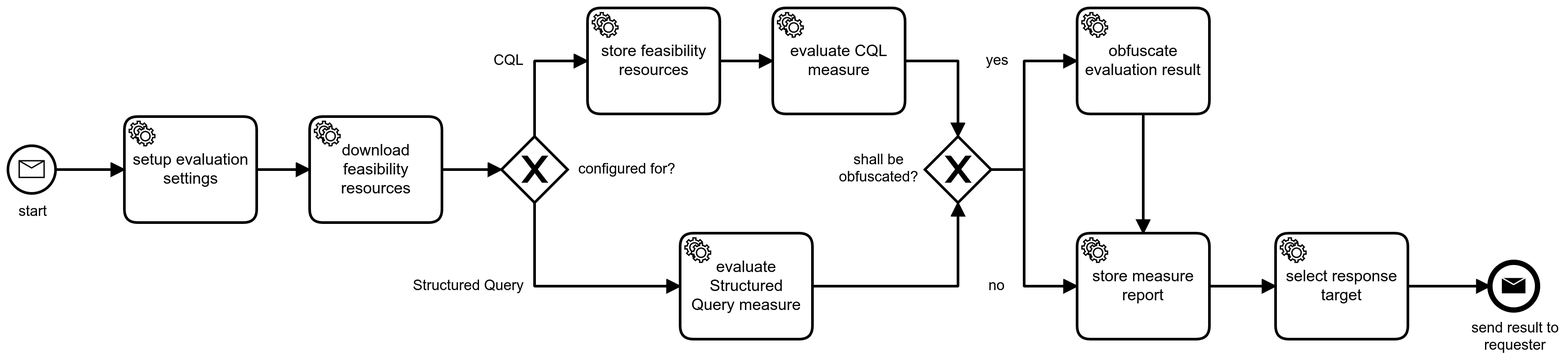
medizininformatik-initiative/mii-process-feasibility keeps this BPMN diagram as feasibility-dsf-process/docs/feasibilityExecute.png. Above is the earlier version. Its source is kept beside it as feasibility-dsf-process/src/main/resources/bpe/feasibilityExecute.bpmn. Ids are renumbered.
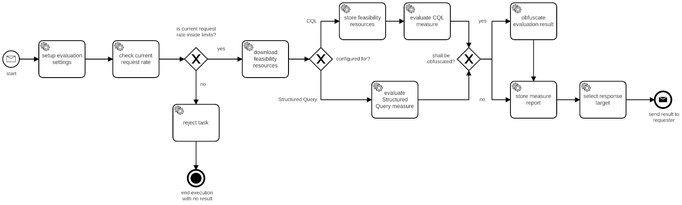
After the change.

Change to the diagram source:
```diff
@@ -1,12 +1,11 @@
-<bpmn:definitions xmlns:bpmn="http://www.omg.org/spec/BPMN/20100524/MODEL" xmlns:bpmndi="http://www.omg.org/spec/BPMN/20100524/DI" xmlns:di="http://www.omg.org/spec/DD/20100524/DI" xmlns:dc="http://www.omg.org/spec/DD/20100524/DC" xmlns:camunda="http://camunda.org/schema/1.0/bpmn" xmlns:xsi="http://www.w3.org/2001/XMLSchema-instance" id="Definitions_n1" targetNamespace="http://bpmn.io/schema/bpmn" exporter="Camunda Modeler" exporterVersion="5.0.0">
+<bpmn:definitions xmlns:bpmn="http://www.omg.org/spec/BPMN/20100524/MODEL" xmlns:bpmndi="http://www.omg.org/spec/BPMN/20100524/DI" xmlns:di="http://www.omg.org/spec/DD/20100524/DI" xmlns:dc="http://www.omg.org/spec/DD/20100524/DC" xmlns:camunda="http://camunda.org/schema/1.0/bpmn" xmlns:xsi="http://www.w3.org/2001/XMLSchema-instance" id="Definitions_n1" targetNamespace="http://bpmn.io/schema/bpmn" exporter="Camunda Modeler" exporterVersion="4.5.0">
   <bpmn:process id="medizininformatik-initiativede_feasibilityExecute" isExecutable="true" camunda:versionTag="0.5.0">
     <bpmn:startEvent id="StartEvent" name="start">
-      <bpmn:outgoing>SequenceFlow_n2</bpmn:outgoing>
+      <bpmn:outgoing>Flow_n24</bpmn:outgoing>
       <bpmn:messageEventDefinition id="MessageEventDefinition_n3" messageRef="Message_n4" />
     </bpmn:startEvent>
-    <bpmn:sequenceFlow id="SequenceFlow_n2" sourceRef="StartEvent" targetRef="Activity_n5" />
     <bpmn:serviceTask id="downloadFeasibilityResources" name="download feasibility resources" camunda:class="de.medizininformatik_initiative.feasibility_dsf_process.service.DownloadFeasibilityResources">
-      <bpmn:incoming>Flow_n6</bpmn:incoming>
+      <bpmn:incoming>Flow_n25</bpmn:incoming>
       <bpmn:outgoing>Flow_n7</bpmn:outgoing>
     </bpmn:serviceTask>
     <bpmn:endEvent id="EndEvent" name="send result to requester">
@@ -61,10 +60,9 @@
       <bpmn:outgoing>Flow_n17</bpmn:outgoing>
     </bpmn:serviceTask>
     <bpmn:serviceTask id="Activity_n5" name="setup evaluation settings" camunda:class="de.medizininformatik_initiative.feasibility_dsf_process.service.SetupEvaluationSettings">
-      <bpmn:incoming>SequenceFlow_n2</bpmn:incoming>
-      <bpmn:outgoing>Flow_n6</bpmn:outgoing>
+      <bpmn:incoming>Flow_n24</bpmn:incoming>
+      <bpmn:outgoing>Flow_n26</bpmn:outgoing>
     </bpmn:serviceTask>
-    <bpmn:sequenceFlow id="Flow_n6" sourceRef="Activity_n5" targetRef="downloadFeasibilityResources" />
     <bpmn:exclusiveGateway id="Gateway_n23" name="shall be obfuscated?">
       <bpmn:incoming>Flow_n13</bpmn:incoming>
       <bpmn:incoming>Flow_n20</bpmn:incoming>
@@ -80,129 +78,196 @@
       <bpmn:conditionExpression xsi:type="bpmn:tFormalExpression">${execution.getVariable('evaluation-obfuscation')==false}</bpmn:conditionExpression>
     </bpmn:sequenceFlow>
     <bpmn:sequenceFlow id="Flow_n17" sourceRef="Activity_n21" targetRef="storeMeasureReport" />
+    <bpmn:serviceTask id="limitRequestRate" name="check current request rate" camunda:class="de.medizininformatik_initiative.feasibility_dsf_process.service.EvaluateRequestRate">
+      <bpmn:incoming>Flow_n26</bpmn:incoming>
+      <bpmn:outgoing>Flow_n27</bpmn:outgoing>
+    </bpmn:serviceTask>
+    <bpmn:exclusiveGateway id="Gateway_n28" name="is current request rate inside limits?">
+      <bpmn:incoming>Flow_n27</bpmn:incoming>
+      <bpmn:outgoing>Flow_n25</bpmn:outgoing>
+      <bpmn:outgoing>Flow_n29</bpmn:outgoing>
+    </bpmn:exclusiveGateway>
+    <bpmn:sequenceFlow id="Flow_n25" name="yes" sourceRef="Gateway_n28" targetRef="downloadFeasibilityResources">
+      <bpmn:conditionExpression xsi:type="bpmn:tFormalExpression">${execution.getVariable('request-rate-below-limit')}</bpmn:conditionExpression>
+    </bpmn:sequenceFlow>
+    <bpmn:serviceTask id="Activity_n30" name="reject task" camunda:class="de.medizininformatik_initiative.feasibility_dsf_process.service.RateLimitExceededTaskRejecter">
+      <bpmn:incoming>Flow_n29</bpmn:incoming>
+      <bpmn:outgoing>Flow_n31</bpmn:outgoing>
+    </bpmn:serviceTask>
+    <bpmn:sequenceFlow id="Flow_n29" name="no" sourceRef="Gateway_n28" targetRef="Activity_n30">
+      <bpmn:conditionExpression xsi:type="bpmn:tFormalExpression">${execution.getVariable('request-rate-below-limit') == false}</bpmn:conditionExpression>
+    </bpmn:sequenceFlow>
+    <bpmn:endEvent id="NoResultEndEvent" name="end execution with no result">
+      <bpmn:incoming>Flow_n31</bpmn:incoming>
+      <bpmn:terminateEventDefinition id="TerminateEventDefinition_n32" />
+    </bpmn:endEvent>
+    <bpmn:sequenceFlow id="Flow_n31" sourceRef="Activity_n30" targetRef="NoResultEndEvent" />
+    <bpmn:sequenceFlow id="Flow_n24" sourceRef="StartEvent" targetRef="Activity_n5" />
+    <bpmn:sequenceFlow id="Flow_n27" sourceRef="limitRequestRate" targetRef="Gateway_n28" />
+    <bpmn:sequenceFlow id="Flow_n26" sourceRef="Activity_n5" targetRef="limitRequestRate" />
   </bpmn:process>
   <bpmn:message id="Message_n4" name="feasibilityExecuteMessage" />
   <bpmn:message id="Message_n10" name="feasibilitySingleDicResultMessage" />
   <bpmndi:BPMNDiagram id="BPMNDiagram_1">
     <bpmndi:BPMNPlane id="BPMNPlane_1" bpmnElement="medizininformatik-initiativede_feasibilityExecute">
+      <bpmndi:BPMNEdge id="Flow_n26_di" bpmnElement="Flow_n26">
+        <di:waypoint x="330" y="202" />
+        <di:waypoint x="390" y="202" />
+      </bpmndi:BPMNEdge>
+      <bpmndi:BPMNEdge id="Flow_n27_di" bpmnElement="Flow_n27">
+        <di:waypoint x="490" y="202" />
+        <di:waypoint x="545" y="202" />
+      </bpmndi:BPMNEdge>
+      <bpmndi:BPMNEdge id="Flow_n24_di" bpmnElement="Flow_n24">
+        <di:waypoint x="188" y="202" />
+        <di:waypoint x="230" y="202" />
+      </bpmndi:BPMNEdge>
+      <bpmndi:BPMNEdge id="Flow_n31_di" bpmnElement="Flow_n31">
+        <di:waypoint x="570" y="380" />
+        <di:waypoint x="570" y="442" />
+      </bpmndi:BPMNEdge>
+      <bpmndi:BPMNEdge id="Flow_n29_di" bpmnElement="Flow_n29">
+        <di:waypoint x="570" y="227" />
+        <di:waypoint x="570" y="300" />
+        <bpmndi:BPMNLabel>
+          <dc:Bounds x="579" y="250" width="13" height="14" />
+        </bpmndi:BPMNLabel>
+      </bpmndi:BPMNEdge>
+      <bpmndi:BPMNEdge id="Flow_n25_di" bpmnElement="Flow_n25">
+        <di:waypoint x="595" y="202" />
+        <di:waypoint x="670" y="202" />
+        <bpmndi:BPMNLabel>
+          <dc:Bounds x="616" y="173" width="18" height="14" />
+        </bpmndi:BPMNLabel>
+      </bpmndi:BPMNEdge>
       <bpmndi:BPMNEdge id="Flow_n17_di" bpmnElement="Flow_n17">
-        <di:waypoint x="1050" y="160" />
-        <di:waypoint x="1050" y="250" />
+        <di:waypoint x="1300" y="160" />
+        <di:waypoint x="1300" y="250" />
       </bpmndi:BPMNEdge>
       <bpmndi:BPMNEdge id="Flow_n16_di" bpmnElement="Flow_n16">
-        <di:waypoint x="935" y="202" />
-        <di:waypoint x="960" y="202" />
-        <di:waypoint x="960" y="290" />
-        <di:waypoint x="1000" y="290" />
+        <di:waypoint x="1185" y="202" />
+        <di:waypoint x="1210" y="202" />
+        <di:waypoint x="1210" y="290" />
+        <di:waypoint x="1250" y="290" />
         <bpmndi:BPMNLabel>
-          <dc:Bounds x="933" y="283" width="13" height="14" />
+          <dc:Bounds x="1183" y="283" width="13" height="14" />
         </bpmndi:BPMNLabel>
       </bpmndi:BPMNEdge>
       <bpmndi:BPMNEdge id="Flow_n22_di" bpmnElement="Flow_n22">
-        <di:waypoint x="935" y="202" />
-        <di:waypoint x="960" y="202" />
-        <di:waypoint x="960" y="120" />
-        <di:waypoint x="1000" y="120" />
+        <di:waypoint x="1185" y="202" />
+        <di:waypoint x="1210" y="202" />
+        <di:waypoint x="1210" y="120" />
+        <di:waypoint x="1250" y="120" />
         <bpmndi:BPMNLabel>
-          <dc:Bounds x="931" y="113" width="18" height="14" />
+          <dc:Bounds x="1181" y="113" width="18" height="14" />
         </bpmndi:BPMNLabel>
       </bpmndi:BPMNEdge>
       <bpmndi:BPMNEdge id="Flow_n20_di" bpmnElement="Flow_n20">
-        <di:waypoint x="800" y="290" />
-        <di:waypoint x="910" y="290" />
-        <di:waypoint x="910" y="227" />
+        <di:waypoint x="1050" y="290" />
+        <di:waypoint x="1160" y="290" />
+        <di:waypoint x="1160" y="227" />
       </bpmndi:BPMNEdge>
       <bpmndi:BPMNEdge id="Flow_n13_di" bpmnElement="Flow_n13">
-        <di:waypoint x="870" y="120" />
-        <di:waypoint x="910" y="120" />
-        <di:waypoint x="910" y="177" />
-      </bpmndi:BPMNEdge>
-      <bpmndi:BPMNEdge id="Flow_n6_di" bpmnElement="Flow_n6">
-        <di:waypoint x="380" y="202" />
-        <di:waypoint x="420" y="202" />
+        <di:waypoint x="1120" y="120" />
+        <di:waypoint x="1160" y="120" />
+        <di:waypoint x="1160" y="177" />
       </bpmndi:BPMNEdge>
       <bpmndi:BPMNEdge id="Flow_n18_di" bpmnElement="Flow_n18">
-        <di:waypoint x="590" y="227" />
-        <di:waypoint x="590" y="290" />
-        <di:waypoint x="700" y="290" />
+        <di:waypoint x="840" y="227" />
+        <di:waypoint x="840" y="290" />
+        <di:waypoint x="950" y="290" />
         <bpmndi:BPMNLabel>
-          <dc:Bounds x="498" y="283" width="85" height="14" />
+          <dc:Bounds x="748" y="283" width="85" height="14" />
         </bpmndi:BPMNLabel>
       </bpmndi:BPMNEdge>
       <bpmndi:BPMNEdge id="Flow_n15_di" bpmnElement="Flow_n15">
-        <di:waypoint x="590" y="177" />
-        <di:waypoint x="590" y="120" />
-        <di:waypoint x="630" y="120" />
+        <di:waypoint x="840" y="177" />
+        <di:waypoint x="840" y="120" />
+        <di:waypoint x="880" y="120" />
         <bpmndi:BPMNLabel>
-          <dc:Bounds x="559" y="113" width="23" height="14" />
+          <dc:Bounds x="809" y="113" width="23" height="14" />
         </bpmndi:BPMNLabel>
       </bpmndi:BPMNEdge>
       <bpmndi:BPMNEdge id="Flow_n11_di" bpmnElement="Flow_n11">
-        <di:waypoint x="1100" y="290" />
-        <di:waypoint x="1150" y="290" />
+        <di:waypoint x="1350" y="290" />
+        <di:waypoint x="1400" y="290" />
       </bpmndi:BPMNEdge>
       <bpmndi:BPMNEdge id="Flow_n12_di" bpmnElement="Flow_n12">
-        <di:waypoint x="730" y="120" />
-        <di:waypoint x="770" y="120" />
+        <di:waypoint x="980" y="120" />
+        <di:waypoint x="1020" y="120" />
       </bpmndi:BPMNEdge>
       <bpmndi:BPMNEdge id="Flow_n7_di" bpmnElement="Flow_n7">
-        <di:waypoint x="520" y="202" />
-        <di:waypoint x="565" y="202" />
+        <di:waypoint x="770" y="202" />
+        <di:waypoint x="815" y="202" />
       </bpmndi:BPMNEdge>
       <bpmndi:BPMNEdge id="SequenceFlow_n8_di" bpmnElement="SequenceFlow_n8">
-        <di:waypoint x="1250" y="290" />
-        <di:waypoint x="1312" y="290" />
-      </bpmndi:BPMNEdge>
-      <bpmndi:BPMNEdge id="SequenceFlow_n2_di" bpmnElement="SequenceFlow_n2">
-        <di:waypoint x="228" y="202" />
-        <di:waypoint x="280" y="202" />
+        <di:waypoint x="1500" y="290" />
+        <di:waypoint x="1562" y="290" />
       </bpmndi:BPMNEdge>
       <bpmndi:BPMNShape id="StartEvent_1fzso6r_di" bpmnElement="StartEvent">
-        <dc:Bounds x="192" y="184" width="36" height="36" />
+        <dc:Bounds x="152" y="184" width="36" height="36" />
         <bpmndi:BPMNLabel>
-          <dc:Bounds x="200" y="227" width="22" height="14" />
+          <dc:Bounds x="160" y="227" width="22" height="14" />
         </bpmndi:BPMNLabel>
       </bpmndi:BPMNShape>
       <bpmndi:BPMNShape id="ServiceTask_0b8j3ka_di" bpmnElement="downloadFeasibilityResources">
-        <dc:Bounds x="420" y="162" width="100" height="80" />
+        <dc:Bounds x="670" y="162" width="100" height="80" />
       </bpmndi:BPMNShape>
       <bpmndi:BPMNShape id="EndEvent_10xdh63_di" bpmnElement="EndEvent">
-        <dc:Bounds x="1312" y="272" width="36" height="36" />
+        <dc:Bounds x="1562" y="272" width="36" height="36" />
         <bpmndi:BPMNLabel>
-          <dc:Bounds x="1298" y="315" width="67" height="27" />
+          <dc:Bounds x="1549" y="315" width="66" height="27" />
         </bpmndi:BPMNLabel>
       </bpmndi:BPMNShape>
       <bpmndi:BPMNShape id="ServiceTask_15aifhd_di" bpmnElement="selectResponseTarget">
-        <dc:Bounds x="1150" y="250" width="100" height="80" />
+        <dc:Bounds x="1400" y="250" width="100" height="80" />
       </bpmndi:BPMNShape>
       <bpmndi:BPMNShape id="ServiceTask_0u5pb4i_di" bpmnElement="evaluateMeasure">
-        <dc:Bounds x="770" y="80" width="100" height="80" />
+        <dc:Bounds x="1020" y="80" width="100" height="80" />
       </bpmndi:BPMNShape>
       <bpmndi:BPMNShape id="Activity_01mo7df_di" bpmnElement="storeFeasibilityResources">
-        <dc:Bounds x="630" y="80" width="100" height="80" />
+        <dc:Bounds x="880" y="80" width="100" height="80" />
       </bpmndi:BPMNShape>
       <bpmndi:BPMNShape id="Activity_0yfzrja_di" bpmnElement="storeMeasureReport">
-        <dc:Bounds x="1000" y="250" width="100" height="80" />
+        <dc:Bounds x="1250" y="250" width="100" height="80" />
       </bpmndi:BPMNShape>
       <bpmndi:BPMNShape id="Gateway_n14_di" bpmnElement="Gateway_n14" isMarkerVisible="true">
-        <dc:Bounds x="565" y="177" width="50" height="50" />
+        <dc:Bounds x="815" y="177" width="50" height="50" />
         <bpmndi:BPMNLabel>
-          <dc:Bounds x="623" y="195" width="74" height="14" />
+          <dc:Bounds x="873" y="195" width="74" height="14" />
         </bpmndi:BPMNLabel>
       </bpmndi:BPMNShape>
       <bpmndi:BPMNShape id="Activity_1rmldcf_di" bpmnElement="Activity_n19">
-        <dc:Bounds x="700" y="250" width="100" height="80" />
+        <dc:Bounds x="950" y="250" width="100" height="80" />
       </bpmndi:BPMNShape>
       <bpmndi:BPMNShape id="Activity_02bp35f_di" bpmnElement="Activity_n21">
-        <dc:Bounds x="1000" y="80" width="100" height="80" />
+        <dc:Bounds x="1250" y="80" width="100" height="80" />
       </bpmndi:BPMNShape>
       <bpmndi:BPMNShape id="Activity_0lqxwo5_di" bpmnElement="Activity_n5">
-        <dc:Bounds x="280" y="162" width="100" height="80" />
+        <dc:Bounds x="230" y="162" width="100" height="80" />
       </bpmndi:BPMNShape>
       <bpmndi:BPMNShape id="Gateway_n23_di" bpmnElement="Gateway_n23" isMarkerVisible="true">
-        <dc:Bounds x="885" y="177" width="50" height="50" />
+        <dc:Bounds x="1135" y="177" width="50" height="50" />
         <bpmndi:BPMNLabel>
-          <dc:Bounds x="820" y="188" width="60" height="27" />
+          <dc:Bounds x="1070" y="188" width="60" height="27" />
+        </bpmndi:BPMNLabel>
+      </bpmndi:BPMNShape>
+      <bpmndi:BPMNShape id="Activity_1l9n5rw_di" bpmnElement="limitRequestRate">
+        <dc:Bounds x="390" y="162" width="100" height="80" />
+      </bpmndi:BPMNShape>
+      <bpmndi:BPMNShape id="Gateway_n28_di" bpmnElement="Gateway_n28" isMarkerVisible="true">
+        <dc:Bounds x="545" y="177" width="50" height="50" />
+        <bpmndi:BPMNLabel>
+          <dc:Bounds x="528" y="130" width="85" height="27" />
+        </bpmndi:BPMNLabel>
+      </bpmndi:BPMNShape>
+      <bpmndi:BPMNShape id="Activity_n30_di" bpmnElement="Activity_n30">
+        <dc:Bounds x="520" y="300" width="100" height="80" />
+      </bpmndi:BPMNShape>
+      <bpmndi:BPMNShape id="Event_1ekcqju_di" bpmnElement="NoResultEndEvent">
+        <dc:Bounds x="552" y="442" width="36" height="36" />
+        <bpmndi:BPMNLabel>
+          <dc:Bounds x="538" y="485" width="69" height="27" />
         </bpmndi:BPMNLabel>
       </bpmndi:BPMNShape>
     </bpmndi:BPMNPlane>
```
